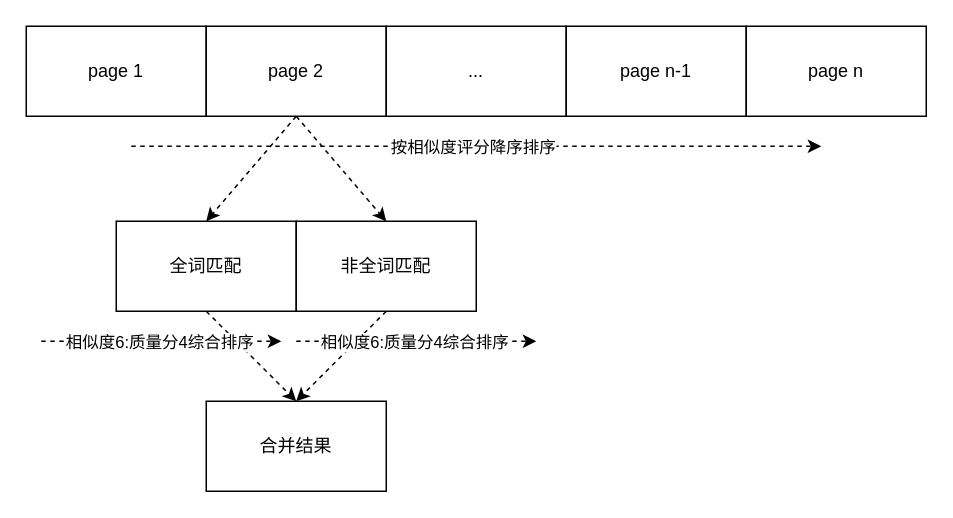
diaohancai/diagrams keeps this draw.io diagram as xueyuan/xueyuan.drawio. Above is the earlier version. Source tidied: cells renumbered, new cells numbered last; positions are measured from the earlier drawing's top-left corner, leaving out a move shared by most shapes. Both pictures are drawn from the tidied source at 150%, with x=0, y=0 at pixel (26, 26).
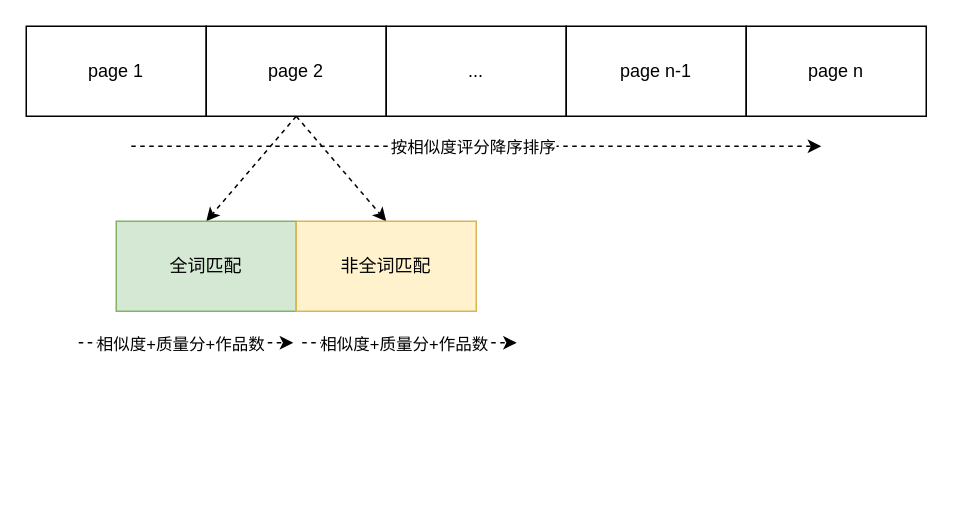
After the change.

What changed in the source:
```diff
@@
-    <mxCell id="11" style="edgeStyle=none;rounded=0;jettySize=auto;html=1;exitX=0.5;exitY=1;exitDx=0;exitDy=0;entryX=0.5;entryY=0;entryDx=0;entryDy=0;dashed=1;" parent="1" edge="1" source="12" target="19">
-      <mxGeometry relative="1" as="geometry" />
-    </mxCell>
-    <mxCell id="12" value="全词匹配" style="rounded=0;whiteSpace=wrap;html=1;" parent="1" vertex="1">
+    <mxCell id="12" value="全词匹配" style="rounded=0;whiteSpace=wrap;html=1;fillColor=#d5e8d4;strokeColor=#82b366;" parent="1" vertex="1">
       <mxGeometry x="60" y="130" width="120" height="60" as="geometry" />
     </mxCell>
-    <mxCell id="13" style="edgeStyle=none;rounded=0;jettySize=auto;html=1;exitX=0.5;exitY=1;exitDx=0;exitDy=0;entryX=0.5;entryY=0;entryDx=0;entryDy=0;dashed=1;" parent="1" edge="1" source="14" target="19">
-      <mxGeometry relative="1" as="geometry" />
-    </mxCell>
-    <mxCell id="14" value="非全词匹配" style="rounded=0;whiteSpace=wrap;html=1;" parent="1" vertex="1">
+    <mxCell id="14" value="非全词匹配" style="rounded=0;whiteSpace=wrap;html=1;fillColor=#fff2cc;strokeColor=#d6b656;" parent="1" vertex="1">
       <mxGeometry x="180" y="130" width="120" height="60" as="geometry" />
     </mxCell>
-    <mxCell id="15" style="endArrow=classic;html=1;rounded=0;dashed=1;" parent="1" edge="1">
-      <mxGeometry relative="1" as="geometry">
-        <mxPoint x="10" y="210" as="sourcePoint" />
-        <mxPoint x="170" y="210" as="targetPoint" />
-      </mxGeometry>
-    </mxCell>
-    <mxCell id="16" value="相似度6:质量分4综合排序" style="edgeLabel;html=1;align=center;verticalAlign=middle;" parent="15" vertex="1">
-      <mxGeometry x="-0.1" y="3" relative="1" as="geometry">
-        <mxPoint x="6" y="3" as="offset" />
-      </mxGeometry>
-    </mxCell>
     <mxCell id="17" style="endArrow=classic;html=1;rounded=0;dashed=1;" parent="1" edge="1">
       <mxGeometry relative="1" as="geometry">
-        <mxPoint x="180" y="210" as="sourcePoint" />
-        <mxPoint x="340" y="210" as="targetPoint" />
+        <mxPoint x="184" y="211" as="sourcePoint" />
+        <mxPoint x="327" y="211" as="targetPoint" />
       </mxGeometry>
     </mxCell>
-    <mxCell id="18" value="相似度6:质量分4综合排序" style="edgeLabel;html=1;align=center;verticalAlign=middle;" parent="17" vertex="1">
-      <mxGeometry x="-0.1" y="3" relative="1" as="geometry">
-        <mxPoint x="6" y="3" as="offset" />
-      </mxGeometry>
-    </mxCell>
-    <mxCell id="19" value="合并结果" style="rounded=0;whiteSpace=wrap;html=1;" parent="1" vertex="1">
-      <mxGeometry x="120" y="250" width="120" height="60" as="geometry" />
-    </mxCell>
+    <mxCell id="20" value="相似度+质量分+作品数" style="edgeLabel;html=1;align=center;verticalAlign=middle;" parent="17" vertex="1">
+      <mxGeometry x="-0.23" y="2" relative="1" as="geometry">
+        <mxPoint x="12" y="2" as="offset" />
+      </mxGeometry>
+    </mxCell>
+    <mxCell id="21" style="endArrow=classic;html=1;rounded=0;dashed=1;" parent="1" edge="1">
+      <mxGeometry relative="1" as="geometry">
+        <mxPoint x="35" y="211" as="sourcePoint" />
+        <mxPoint x="178" y="211" as="targetPoint" />
+      </mxGeometry>
+    </mxCell>
+    <mxCell id="22" value="相似度+质量分+作品数" style="edgeLabel;html=1;align=center;verticalAlign=middle;" parent="21" vertex="1">
+      <mxGeometry x="-0.23" y="2" relative="1" as="geometry">
+        <mxPoint x="12" y="2" as="offset" />
+      </mxGeometry>
+    </mxCell>
```
